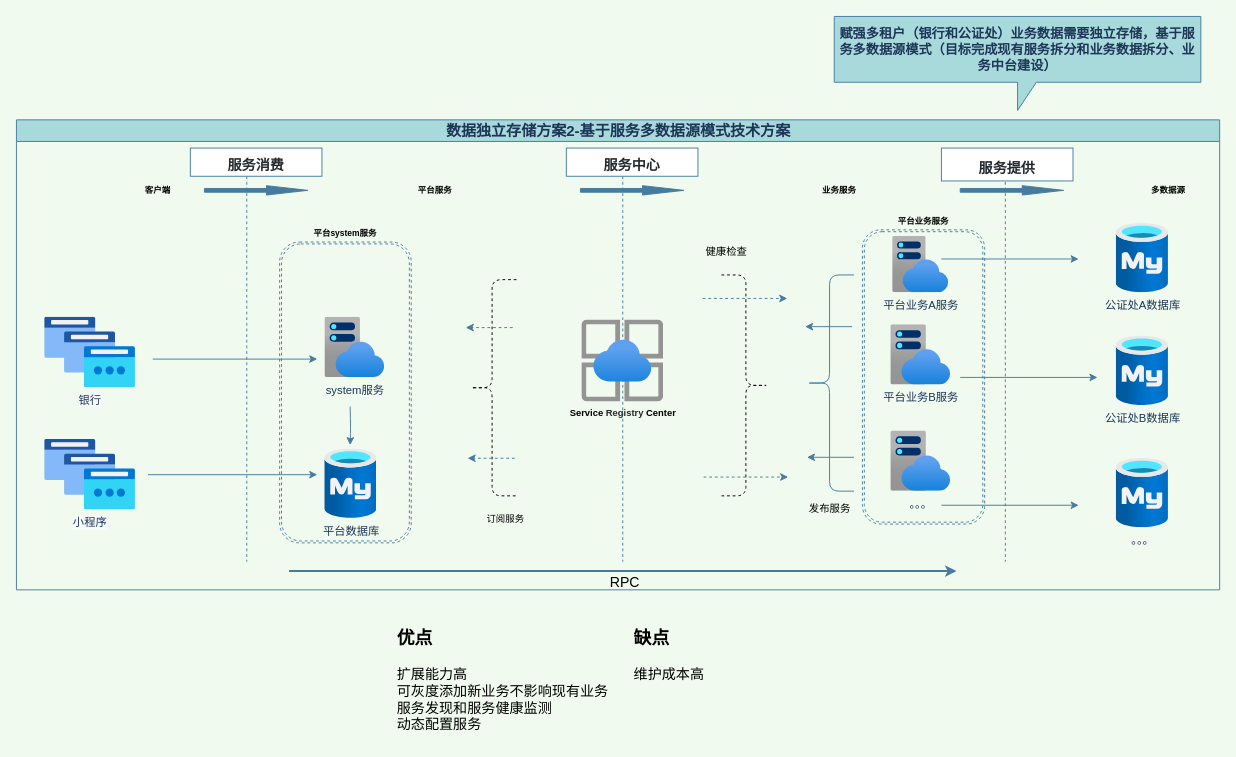
Before: page "数据独立存储方案2-基于服务多数据源模式技术方案" (2 of 2) of DataSource.drawio in wuyongfeng/wuyongfeng, a draw.io diagram. Source tidied: cells renumbered, new cells numbered last; positions are measured from the earlier drawing's top-left corner, leaving out a move shared by most shapes. Both pictures are drawn from the tidied source at 94%, with x=0, y=0 at pixel (16, 16).
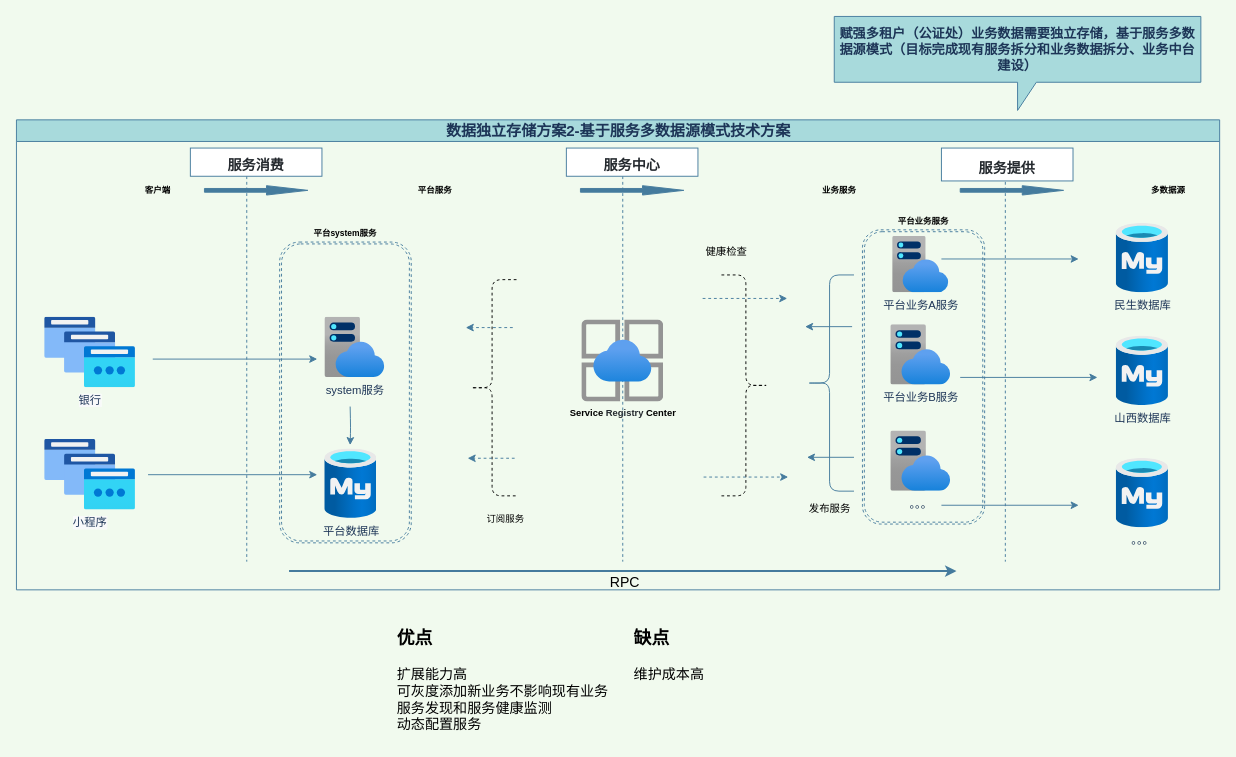
The same page after the edit.

Unchanged cells that the change refers to:
```xml
<mxCell id="2" value="&lt;font style=&quot;font-size: 16px&quot;&gt;数据独立存储方案2-基于服务多数据源模式技术方案&lt;/font&gt;" style="swimlane;labelBackgroundColor=none;labelBorderColor=none;fontSize=16;fillColor=#A8DADC;html=1;strokeColor=#457B9D;fontColor=#1D3557;" parent="1" vertex="1">
  <mxGeometry y="110" width="1280" height="500" as="geometry" />
</mxCell>
```

The edit, as a diff of the source:
```diff
@@
-    <mxCell id="8" value="公证处A数据库" style="html=1;align=center;image;fontSize=12;image=img/lib/azure2/databases/Azure_Database_MySQL_Server.svg;labelBackgroundColor=none;fillColor=#A8DADC;strokeColor=#457B9D;fontColor=#1D3557;" parent="2" vertex="1">
+    <mxCell id="8" value="民生数据库" style="html=1;align=center;image;fontSize=12;image=img/lib/azure2/databases/Azure_Database_MySQL_Server.svg;labelBackgroundColor=none;fillColor=#A8DADC;strokeColor=#457B9D;fontColor=#1D3557;" parent="2" vertex="1">
       <mxGeometry x="1170" y="110" width="55.5" height="74" as="geometry" />
     </mxCell>
@@
-    <mxCell id="10" value="公证处B数据库" style="html=1;align=center;image;fontSize=12;image=img/lib/azure2/databases/Azure_Database_MySQL_Server.svg;labelBackgroundColor=none;fillColor=#A8DADC;strokeColor=#457B9D;fontColor=#1D3557;" parent="2" vertex="1">
+    <mxCell id="10" value="山西数据库" style="html=1;align=center;image;fontSize=12;image=img/lib/azure2/databases/Azure_Database_MySQL_Server.svg;labelBackgroundColor=none;fillColor=#A8DADC;strokeColor=#457B9D;fontColor=#1D3557;" parent="2" vertex="1">
       <mxGeometry x="1170" y="230" width="55.5" height="74" as="geometry" />
     </mxCell>
@@
-    <mxCell id="46" value="&lt;div&gt;赋强多租户（银行和公证处）业务数据需要独立存储，基于服务多数据源模式（目标完成现有服务拆分和业务数据拆分、业务中台建设）&lt;br&gt;&lt;/div&gt;" style="shape=callout;whiteSpace=wrap;html=1;perimeter=calloutPerimeter;labelBackgroundColor=none;labelBorderColor=none;fontSize=14;fillColor=#A8DADC;strokeColor=#457B9D;fontColor=#1D3557;fontStyle=1;" parent="1" vertex="1">
+    <mxCell id="46" value="&lt;div&gt;赋强多租户（公证处）业务数据需要独立存储，基于服务多数据源模式（目标完成现有服务拆分和业务数据拆分、业务中台建设）&lt;br&gt;&lt;/div&gt;" style="shape=callout;whiteSpace=wrap;html=1;perimeter=calloutPerimeter;labelBackgroundColor=none;labelBorderColor=none;fontSize=14;fillColor=#A8DADC;strokeColor=#457B9D;fontColor=#1D3557;fontStyle=1;" parent="1" vertex="1">
       <mxGeometry x="870" width="390" height="100" as="geometry" />
     </mxCell>
```
